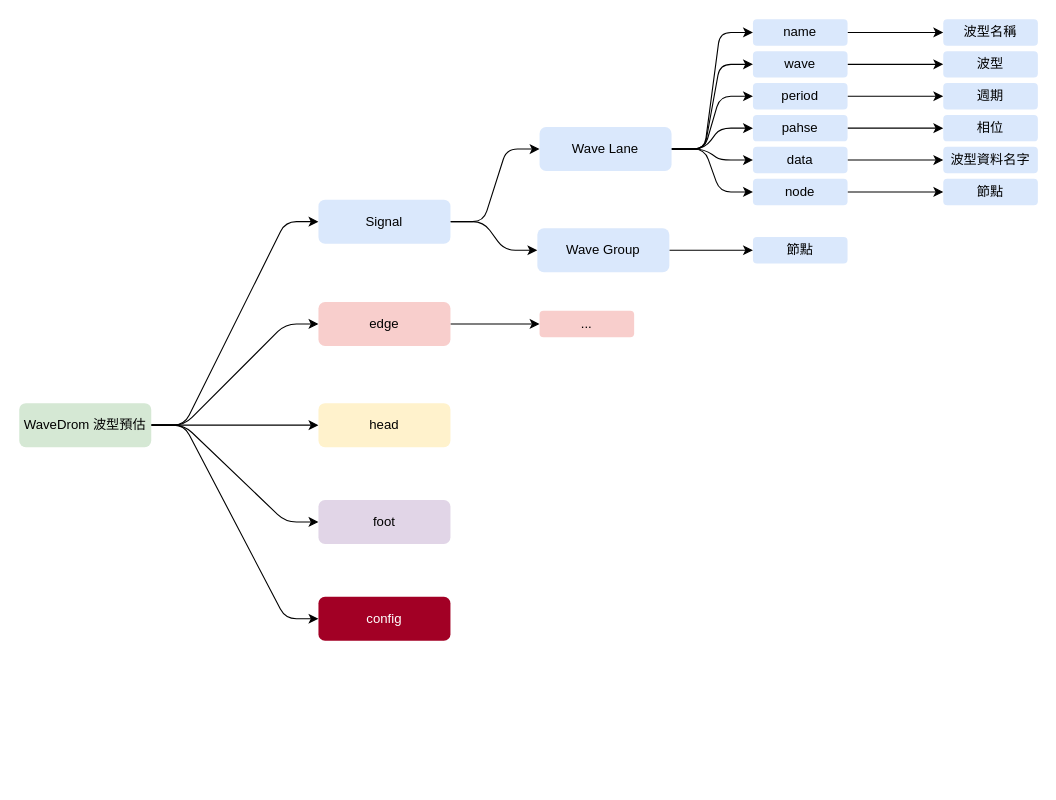
YZchen3467/drawio keeps this draw.io diagram as wavedrom/wavedrome_algo.drawio. Above is the earlier version. Source tidied: cells renumbered, new cells numbered last; positions are measured from the earlier drawing's top-left corner, leaving out a move shared by most shapes. Both pictures are drawn from the tidied source at 110%, with x=0, y=0 at pixel (19, 19).
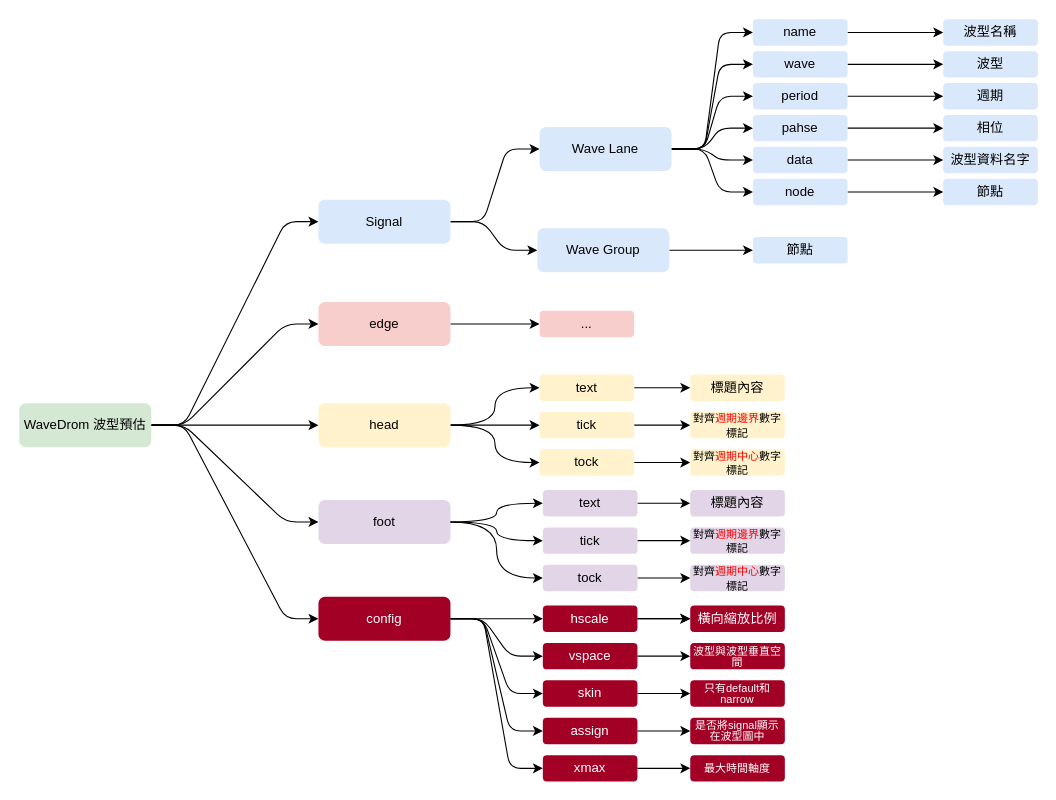
The same page after the edit.

Commit message (it also covers changes not shown here):
add wavedrom structure

The change refers to these unchanged cells:
```xml
<mxCell id="20" value="config" style="rounded=1;whiteSpace=wrap;html=1;fillColor=#a20025;strokeColor=none;flipH=0;fontColor=#ffffff;" parent="1" vertex="1">
  <mxGeometry x="272" y="525" width="120" height="40" as="geometry" />
</mxCell>
<mxCell id="21" value="foot" style="rounded=1;whiteSpace=wrap;html=1;fillColor=#e1d5e7;strokeColor=none;" parent="1" vertex="1">
  <mxGeometry x="272" y="437" width="120" height="40" as="geometry" />
</mxCell>
<mxCell id="22" value="head" style="rounded=1;whiteSpace=wrap;html=1;fillColor=#fff2cc;strokeColor=none;" parent="1" vertex="1">
  <mxGeometry x="272" y="349" width="120" height="40" as="geometry" />
</mxCell>
```

Diff of the diagram source:
```diff
@@
+    <mxCell id="45" style="edgeStyle=none;html=1;entryX=0;entryY=0.5;entryDx=0;entryDy=0;fontSize=10;fontColor=#FF0000;" parent="1" edge="1" source="20" target="75">
+      <mxGeometry relative="1" as="geometry" />
+    </mxCell>
+    <mxCell id="46" style="edgeStyle=entityRelationEdgeStyle;html=1;exitX=1;exitY=0.5;exitDx=0;exitDy=0;entryX=0;entryY=0.5;entryDx=0;entryDy=0;fontSize=10;fontColor=#FF0000;" parent="1" edge="1" source="20" target="81">
+      <mxGeometry relative="1" as="geometry" />
+    </mxCell>
+    <mxCell id="47" style="edgeStyle=entityRelationEdgeStyle;html=1;entryX=0;entryY=0.5;entryDx=0;entryDy=0;fontSize=10;fontColor=#FF0000;exitX=1;exitY=0.5;exitDx=0;exitDy=0;" parent="1" edge="1" source="20" target="79">
+      <mxGeometry relative="1" as="geometry" />
+    </mxCell>
+    <mxCell id="48" style="edgeStyle=entityRelationEdgeStyle;html=1;entryX=0;entryY=0.5;entryDx=0;entryDy=0;fontSize=10;fontColor=#FF0000;exitX=1;exitY=0.5;exitDx=0;exitDy=0;" parent="1" edge="1" source="20" target="77">
+      <mxGeometry relative="1" as="geometry" />
+    </mxCell>
+    <mxCell id="49" style="edgeStyle=entityRelationEdgeStyle;html=1;entryX=0;entryY=0.5;entryDx=0;entryDy=0;fontSize=10;fontColor=#FF0000;exitX=1;exitY=0.5;exitDx=0;exitDy=0;" parent="1" edge="1" source="20" target="83">
+      <mxGeometry relative="1" as="geometry" />
+    </mxCell>
@@
+    <mxCell id="50" style="edgeStyle=orthogonalEdgeStyle;html=1;entryX=0;entryY=0.5;entryDx=0;entryDy=0;exitX=1;exitY=0.5;exitDx=0;exitDy=0;curved=1;" parent="1" edge="1" source="22" target="54">
+      <mxGeometry relative="1" as="geometry" />
+    </mxCell>
+    <mxCell id="51" style="edgeStyle=orthogonalEdgeStyle;html=1;entryX=0;entryY=0.5;entryDx=0;entryDy=0;curved=1;" parent="1" edge="1" source="22" target="56">
+      <mxGeometry relative="1" as="geometry" />
+    </mxCell>
+    <mxCell id="52" style="edgeStyle=orthogonalEdgeStyle;html=1;entryX=0;entryY=0.5;entryDx=0;entryDy=0;exitX=1;exitY=0.5;exitDx=0;exitDy=0;curved=1;" parent="1" edge="1" source="22" target="58">
+      <mxGeometry relative="1" as="geometry" />
+    </mxCell>
@@
+    <mxCell id="53" style="html=1;entryX=0;entryY=0.5;entryDx=0;entryDy=0;fontSize=10;fontColor=#FF0000;" parent="1" edge="1" source="54" target="59">
+      <mxGeometry relative="1" as="geometry" />
+    </mxCell>
+    <mxCell id="54" value="text" style="rounded=1;html=1;fillColor=#fff2cc;strokeColor=none;whiteSpace=wrap;flipH=0;flipV=1;" parent="1" vertex="1">
+      <mxGeometry x="473" y="323" width="86" height="24" as="geometry" />
+    </mxCell>
+    <mxCell id="55" style="html=1;entryX=0;entryY=0.5;entryDx=0;entryDy=0;fontSize=10;fontColor=#FF0000;" parent="1" edge="1" source="56" target="60">
+      <mxGeometry relative="1" as="geometry" />
+    </mxCell>
+    <mxCell id="56" value="tick" style="rounded=1;html=1;fillColor=#fff2cc;strokeColor=none;whiteSpace=wrap;" parent="1" vertex="1">
+      <mxGeometry x="473" y="357" width="86" height="24" as="geometry" />
+    </mxCell>
+    <mxCell id="57" style="html=1;entryX=0;entryY=0.5;entryDx=0;entryDy=0;fontSize=10;fontColor=#FF0000;" parent="1" edge="1" source="58" target="61">
+      <mxGeometry relative="1" as="geometry" />
+    </mxCell>
+    <mxCell id="58" value="tock" style="rounded=1;html=1;fillColor=#fff2cc;strokeColor=none;whiteSpace=wrap;" parent="1" vertex="1">
+      <mxGeometry x="473" y="391" width="86" height="24" as="geometry" />
+    </mxCell>
+    <mxCell id="59" value="標題內容" style="rounded=1;html=1;fillColor=#fff2cc;strokeColor=none;whiteSpace=wrap;flipH=0;flipV=1;" parent="1" vertex="1">
+      <mxGeometry x="610" y="323" width="86" height="24" as="geometry" />
+    </mxCell>
+    <mxCell id="60" value="&lt;p style=&quot;line-height: 100%;&quot;&gt;&lt;font style=&quot;font-size: 10px;&quot;&gt;對齊&lt;font color=&quot;#ff0000&quot;&gt;週期邊界&lt;/font&gt;數字標記&lt;/font&gt;&lt;/p&gt;" style="rounded=1;html=1;fillColor=#fff2cc;strokeColor=none;whiteSpace=wrap;spacing=0;strokeWidth=1;" parent="1" vertex="1">
+      <mxGeometry x="610" y="357" width="86" height="24" as="geometry" />
+    </mxCell>
+    <mxCell id="61" value="&lt;p style=&quot;line-height: 100%;&quot;&gt;&lt;span style=&quot;font-size: 10px;&quot;&gt;對齊&lt;font color=&quot;#ff0000&quot;&gt;週期中心&lt;/font&gt;數字標記&lt;/span&gt;&lt;/p&gt;" style="rounded=1;html=1;fillColor=#fff2cc;strokeColor=none;whiteSpace=wrap;" parent="1" vertex="1">
+      <mxGeometry x="610" y="391" width="86" height="24" as="geometry" />
+    </mxCell>
+    <mxCell id="62" style="edgeStyle=orthogonalEdgeStyle;html=1;entryX=0;entryY=0.5;entryDx=0;entryDy=0;exitX=1;exitY=0.5;exitDx=0;exitDy=0;curved=1;" parent="1" edge="1" source="21" target="66">
+      <mxGeometry relative="1" as="geometry" />
+    </mxCell>
+    <mxCell id="63" style="edgeStyle=orthogonalEdgeStyle;html=1;entryX=0;entryY=0.5;entryDx=0;entryDy=0;curved=1;exitX=1;exitY=0.5;exitDx=0;exitDy=0;" parent="1" edge="1" source="21" target="68">
+      <mxGeometry relative="1" as="geometry" />
+    </mxCell>
+    <mxCell id="64" style="edgeStyle=orthogonalEdgeStyle;html=1;entryX=0;entryY=0.5;entryDx=0;entryDy=0;exitX=1;exitY=0.5;exitDx=0;exitDy=0;curved=1;" parent="1" edge="1" source="21" target="70">
+      <mxGeometry relative="1" as="geometry" />
+    </mxCell>
+    <mxCell id="65" style="html=1;entryX=0;entryY=0.5;entryDx=0;entryDy=0;fontSize=10;fontColor=#FF0000;" parent="1" edge="1" source="66" target="71">
+      <mxGeometry relative="1" as="geometry" />
+    </mxCell>
+    <mxCell id="66" value="text" style="rounded=1;html=1;fillColor=#e1d5e7;strokeColor=none;whiteSpace=wrap;flipH=0;flipV=1;" parent="1" vertex="1">
+      <mxGeometry x="476" y="428" width="86" height="24" as="geometry" />
+    </mxCell>
+    <mxCell id="67" style="html=1;entryX=0;entryY=0.5;entryDx=0;entryDy=0;fontSize=10;fontColor=#FF0000;" parent="1" edge="1" source="68" target="72">
+      <mxGeometry relative="1" as="geometry" />
+    </mxCell>
+    <mxCell id="68" value="tick" style="rounded=1;html=1;fillColor=#e1d5e7;strokeColor=none;whiteSpace=wrap;" parent="1" vertex="1">
+      <mxGeometry x="476" y="462" width="86" height="24" as="geometry" />
+    </mxCell>
+    <mxCell id="69" style="html=1;entryX=0;entryY=0.5;entryDx=0;entryDy=0;fontSize=10;fontColor=#FF0000;" parent="1" edge="1" source="70" target="73">
+      <mxGeometry relative="1" as="geometry" />
+    </mxCell>
+    <mxCell id="70" value="tock" style="rounded=1;html=1;fillColor=#e1d5e7;strokeColor=none;whiteSpace=wrap;" parent="1" vertex="1">
+      <mxGeometry x="476" y="496" width="86" height="24" as="geometry" />
+    </mxCell>
+    <mxCell id="71" value="標題內容" style="rounded=1;html=1;fillColor=#e1d5e7;strokeColor=none;whiteSpace=wrap;flipH=0;flipV=1;" parent="1" vertex="1">
+      <mxGeometry x="610" y="428" width="86" height="24" as="geometry" />
+    </mxCell>
+    <mxCell id="72" value="&lt;p style=&quot;line-height: 100%;&quot;&gt;&lt;font style=&quot;font-size: 10px;&quot;&gt;對齊&lt;font color=&quot;#ff0000&quot;&gt;週期邊界&lt;/font&gt;數字標記&lt;/font&gt;&lt;/p&gt;" style="rounded=1;html=1;fillColor=#e1d5e7;strokeColor=none;whiteSpace=wrap;spacing=0;strokeWidth=1;" parent="1" vertex="1">
+      <mxGeometry x="610" y="462" width="86" height="24" as="geometry" />
+    </mxCell>
+    <mxCell id="73" value="&lt;p style=&quot;line-height: 100%;&quot;&gt;&lt;span style=&quot;font-size: 10px;&quot;&gt;對齊&lt;font color=&quot;#ff0000&quot;&gt;週期中心&lt;/font&gt;數字標記&lt;/span&gt;&lt;/p&gt;" style="rounded=1;html=1;fillColor=#e1d5e7;strokeColor=none;whiteSpace=wrap;" parent="1" vertex="1">
+      <mxGeometry x="610" y="496" width="86" height="24" as="geometry" />
+    </mxCell>
+    <mxCell id="74" style="edgeStyle=entityRelationEdgeStyle;html=1;entryX=0;entryY=0.5;entryDx=0;entryDy=0;fontSize=10;fontColor=#FF0000;" parent="1" edge="1" source="75" target="84">
+      <mxGeometry relative="1" as="geometry" />
+    </mxCell>
+    <mxCell id="75" value="hscale" style="rounded=1;html=1;fillColor=#a20025;strokeColor=none;whiteSpace=wrap;fontColor=#ffffff;" parent="1" vertex="1">
+      <mxGeometry x="476" y="533" width="86" height="24" as="geometry" />
+    </mxCell>
+    <mxCell id="76" style="html=1;entryX=0;entryY=0.5;entryDx=0;entryDy=0;fontSize=10;fontColor=#FF0000;" parent="1" edge="1" source="77" target="85">
+      <mxGeometry relative="1" as="geometry" />
+    </mxCell>
+    <mxCell id="77" value="assign" style="rounded=1;html=1;fillColor=#a20025;strokeColor=none;whiteSpace=wrap;fontColor=#ffffff;" parent="1" vertex="1">
+      <mxGeometry x="476" y="635" width="86" height="24" as="geometry" />
+    </mxCell>
+    <mxCell id="78" style="html=1;entryX=0;entryY=0.5;entryDx=0;entryDy=0;fontSize=10;fontColor=#FF0000;" parent="1" edge="1" source="79" target="86">
+      <mxGeometry relative="1" as="geometry" />
+    </mxCell>
+    <mxCell id="79" value="skin" style="rounded=1;html=1;fillColor=#a20025;strokeColor=none;whiteSpace=wrap;fontColor=#ffffff;" parent="1" vertex="1">
+      <mxGeometry x="476" y="601" width="86" height="24" as="geometry" />
+    </mxCell>
+    <mxCell id="80" style="html=1;entryX=0;entryY=0.5;entryDx=0;entryDy=0;fontSize=10;fontColor=#FF0000;" parent="1" edge="1" source="81" target="87">
+      <mxGeometry relative="1" as="geometry" />
+    </mxCell>
+    <mxCell id="81" value="vspace" style="rounded=1;html=1;fillColor=#a20025;strokeColor=none;whiteSpace=wrap;fontColor=#ffffff;" parent="1" vertex="1">
+      <mxGeometry x="476" y="567" width="86" height="24" as="geometry" />
+    </mxCell>
+    <mxCell id="82" style="html=1;entryX=0;entryY=0.5;entryDx=0;entryDy=0;fontSize=10;fontColor=#FF0000;" parent="1" edge="1" source="83" target="88">
+      <mxGeometry relative="1" as="geometry" />
+    </mxCell>
+    <mxCell id="83" value="xmax" style="rounded=1;html=1;fillColor=#a20025;strokeColor=none;whiteSpace=wrap;fontColor=#ffffff;" parent="1" vertex="1">
+      <mxGeometry x="476" y="669" width="86" height="24" as="geometry" />
+    </mxCell>
+    <mxCell id="84" value="橫向縮放比例" style="rounded=1;html=1;fillColor=#a20025;strokeColor=none;whiteSpace=wrap;fontColor=#ffffff;" parent="1" vertex="1">
+      <mxGeometry x="610" y="533" width="86" height="24" as="geometry" />
+    </mxCell>
+    <mxCell id="85" value="&lt;p style=&quot;line-height: 100%; font-size: 10px;&quot;&gt;是否將signal顯示在波型圖中&lt;/p&gt;" style="rounded=1;html=1;fillColor=#a20025;strokeColor=none;whiteSpace=wrap;fontColor=#ffffff;" parent="1" vertex="1">
+      <mxGeometry x="610" y="635" width="86" height="24" as="geometry" />
+    </mxCell>
+    <mxCell id="86" value="&lt;p style=&quot;line-height: 100%; font-size: 10px;&quot;&gt;只有default和narrow&lt;/p&gt;" style="rounded=1;html=1;fillColor=#a20025;strokeColor=none;whiteSpace=wrap;fontColor=#ffffff;" parent="1" vertex="1">
+      <mxGeometry x="610" y="601" width="86" height="24" as="geometry" />
+    </mxCell>
+    <mxCell id="87" value="&lt;p style=&quot;line-height: 100%; font-size: 10px;&quot;&gt;波型與波型垂直空間&lt;/p&gt;" style="rounded=1;html=1;fillColor=#a20025;strokeColor=none;whiteSpace=wrap;fontColor=#ffffff;" parent="1" vertex="1">
+      <mxGeometry x="610" y="567" width="86" height="24" as="geometry" />
+    </mxCell>
+    <mxCell id="88" value="&lt;font style=&quot;font-size: 10px;&quot;&gt;最大時間軸度&lt;/font&gt;" style="rounded=1;html=1;fillColor=#a20025;strokeColor=none;whiteSpace=wrap;fontColor=#ffffff;" parent="1" vertex="1">
+      <mxGeometry x="610" y="669" width="86" height="24" as="geometry" />
+    </mxCell>
+    <mxCell id="89" style="html=1;entryX=0;entryY=0.5;entryDx=0;entryDy=0;fontSize=10;fontColor=#FF0000;" parent="1" edge="1">
+      <mxGeometry relative="1" as="geometry">
+        <mxPoint x="562" y="544.9" as="sourcePoint" />
+        <mxPoint x="610" y="544.9" as="targetPoint" />
+      </mxGeometry>
+    </mxCell>
```
